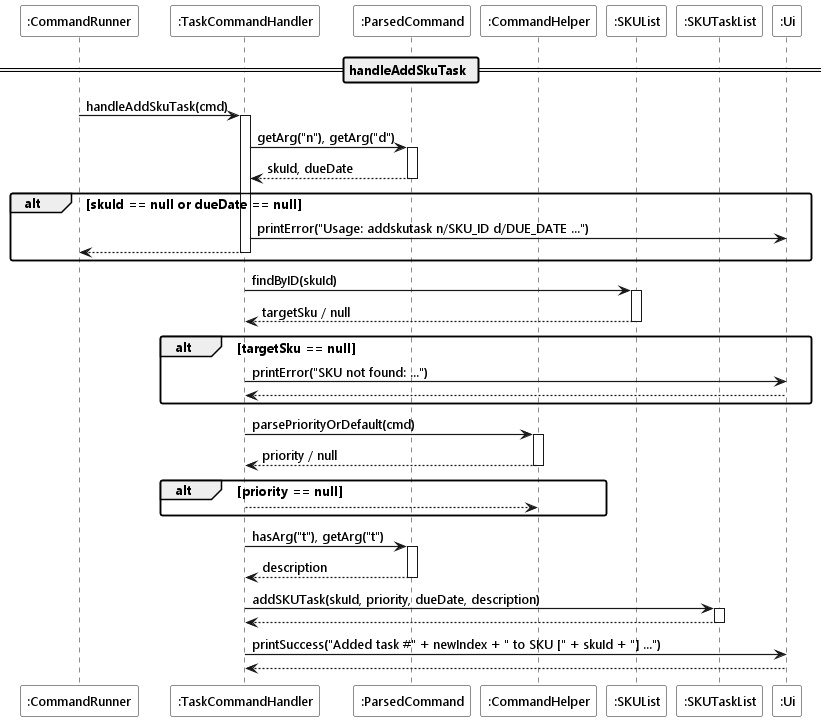
Above: docs/diagrams/command/addskutask-command-sequence.png in heehaw1234/tp (PlantUML), before the change. Its diagram source:
```plantuml
@startuml
!include ../style.puml

Participant ":CommandRunner" as runner LOGIC_COLOR
Participant ":TaskCommandHandler" as handler LOGIC_COLOR_T2
Participant ":ParsedCommand" as cmd LOGIC_COLOR_T1
Participant ":CommandHelper" as helper LOGIC_COLOR_T1
Participant ":SKUList" as skuList MODEL_COLOR
Participant ":SKUTaskList" as taskList MODEL_COLOR_T2
Participant ":Ui" as ui UI_COLOR

== handleAddSkuTask ==

runner -> handler ++ : handleAddSkuTask(cmd)

handler -> cmd ++ : getArg("n"), getArg("d")
return skuId, dueDate

alt skuId == null or dueDate == null
    handler -> ui : printError("Usage: addskutask n/SKU_ID d/DUE_DATE ...")
    return
end

handler -> skuList ++ : findByID(skuId)
return targetSku / null

alt targetSku == null
    handler -> ui : printError("SKU not found: ...")
    return
end

handler -> helper ++ : parsePriorityOrDefault(cmd)
return priority / null

alt priority == null
    return
end

handler -> cmd ++ : hasArg("t"), getArg("t")
return description

handler -> taskList ++ : addSKUTask(skuId, priority, dueDate, description)
return

handler -> ui : printSuccess("Added task #" + newIndex + " to SKU [" + skuId + "] ...")

return
@enduml
```
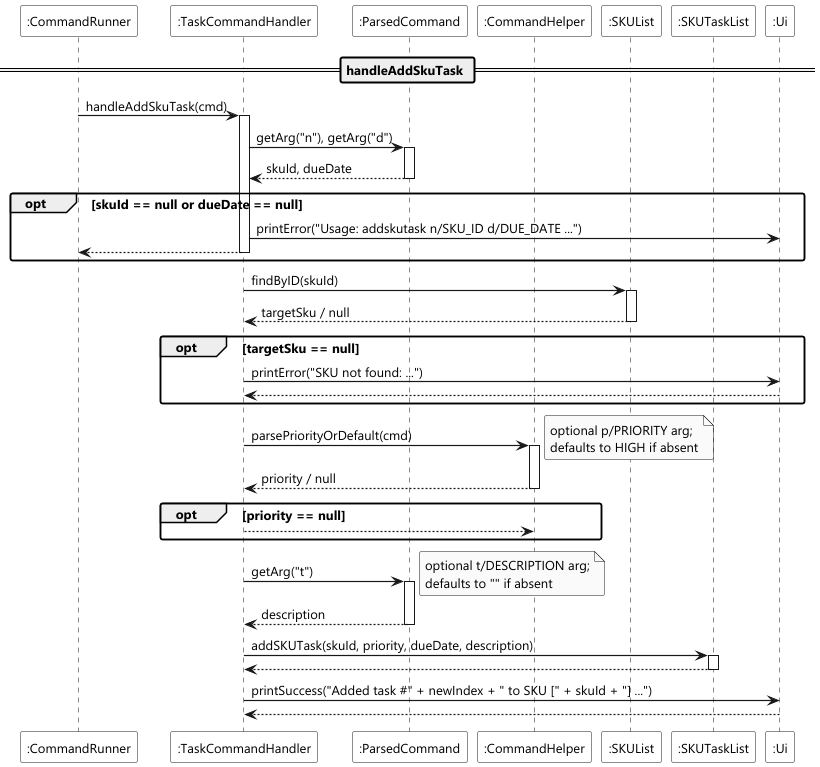
The same file after the commit.

What changed in the source:
```diff
@@ -16,7 +16,7 @@
 handler -> cmd ++ : getArg("n"), getArg("d")
 return skuId, dueDate
 
-alt skuId == null or dueDate == null
+opt skuId == null or dueDate == null
     handler -> ui : printError("Usage: addskutask n/SKU_ID d/DUE_DATE ...")
     return
 end
@@ -24,19 +24,21 @@
 handler -> skuList ++ : findByID(skuId)
 return targetSku / null
 
-alt targetSku == null
+opt targetSku == null
     handler -> ui : printError("SKU not found: ...")
     return
 end
 
 handler -> helper ++ : parsePriorityOrDefault(cmd)
+note right : optional p/PRIORITY arg;\ndefaults to HIGH if absent
 return priority / null
 
-alt priority == null
+opt priority == null
     return
 end
 
-handler -> cmd ++ : hasArg("t"), getArg("t")
+handler -> cmd ++ : getArg("t")
+note right : optional t/DESCRIPTION arg;\ndefaults to "" if absent
 return description
 
 handler -> taskList ++ : addSKUTask(skuId, priority, dueDate, description)
```
